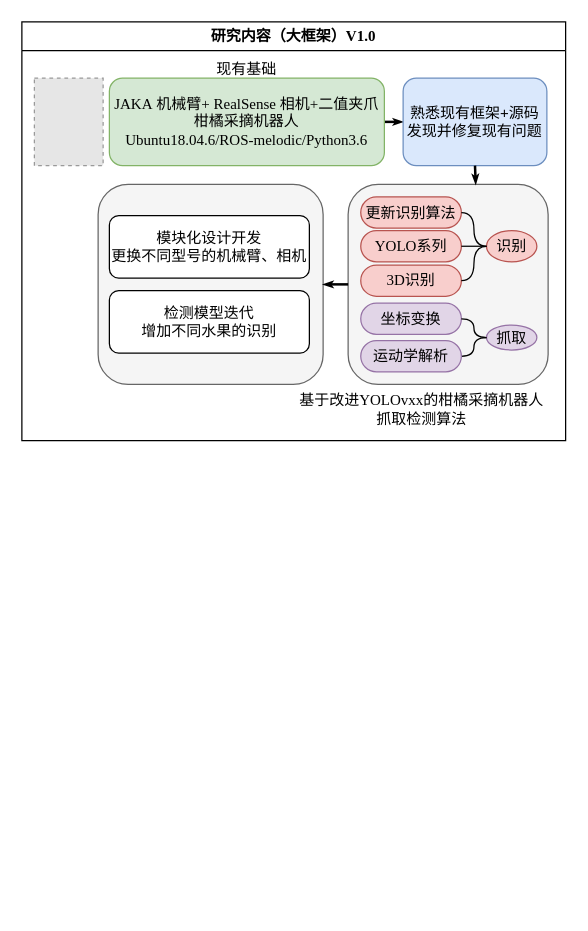
Before: Orange_robot.drawio in songshimiao/Figure_Chart, a draw.io diagram. Source tidied: cells renumbered, new cells numbered last; positions are measured from the earlier drawing's top-left corner, leaving out a move shared by most shapes. Both pictures are drawn from the tidied source at 125%, with x=0, y=0 at pixel (21, 21). Pictures stored in the file or linked from it are replaced by grey dashed boxes.
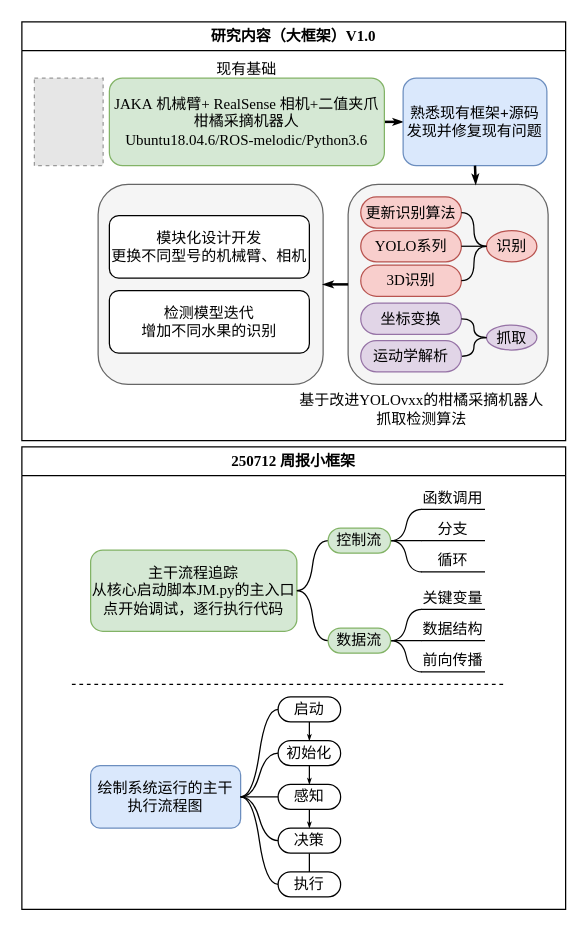
The same diagram, later.

Commit message (it also covers changes not shown here):
"增加了一个图片和修改了 Orange_robot.drawio 文件"

Change to the diagram source:
```diff
@@
+    <mxCell id="33" value="&lt;font face=&quot;Times New Roman&quot;&gt;250712&amp;nbsp;&lt;/font&gt;&lt;font face=&quot;宋体&quot;&gt;周报小框架&lt;/font&gt;" style="swimlane;whiteSpace=wrap;html=1;" parent="1" vertex="1">
+      <mxGeometry y="340" width="435" height="370" as="geometry" />
+    </mxCell>
+    <mxCell id="34" style="group;" parent="33" vertex="1">
+      <mxGeometry x="40" y="30" width="345" height="330" as="geometry" />
+    </mxCell>
+    <mxCell id="35" style="group;" parent="34" vertex="1">
+      <mxGeometry x="15" width="315" height="150" as="geometry" />
+    </mxCell>
+    <mxCell id="36" value="&lt;font face=&quot;宋体&quot;&gt;主干流程追踪&lt;/font&gt;&lt;div&gt;&lt;font face=&quot;宋体&quot;&gt;从核心启动脚本&lt;/font&gt;&lt;font face=&quot;Times New Roman&quot;&gt;JM.py&lt;/font&gt;&lt;font face=&quot;宋体&quot;&gt;的主入口点&lt;/font&gt;&lt;span style=&quot;font-family: 宋体; background-color: transparent; color: light-dark(rgb(0, 0, 0), rgb(255, 255, 255));&quot;&gt;开始调试，逐行执行代码&lt;/span&gt;&lt;/div&gt;" style="rounded=1;whiteSpace=wrap;html=1;fillColor=#d5e8d4;strokeColor=#82b366;" parent="35" vertex="1">
+      <mxGeometry y="52.5" width="165" height="65" as="geometry" />
+    </mxCell>
+    <mxCell id="37" style="edgeStyle=entityRelationEdgeStyle;startArrow=none;endArrow=none;segment=10;curved=1;sourcePerimeterSpacing=0;targetPerimeterSpacing=0;rounded=0;exitX=1;exitY=0.5;exitDx=0;exitDy=0;" parent="35" edge="1" source="36" target="55">
+      <mxGeometry relative="1" as="geometry" />
+    </mxCell>
+    <mxCell id="38" style="edgeStyle=entityRelationEdgeStyle;rounded=0;jettySize=auto;html=1;startArrow=none;endArrow=none;segment=10;curved=1;sourcePerimeterSpacing=0;targetPerimeterSpacing=0;exitX=0;exitY=0.5;exitDx=0;exitDy=0;entryX=1;entryY=0.5;entryDx=0;entryDy=0;" parent="35" edge="1" source="54" target="36">
+      <mxGeometry relative="1" as="geometry" />
+    </mxCell>
+    <mxCell id="39" style="edgeStyle=entityRelationEdgeStyle;rounded=0;jettySize=auto;html=1;startArrow=none;endArrow=none;segment=10;curved=1;sourcePerimeterSpacing=0;targetPerimeterSpacing=0;exitX=0;exitY=1;exitDx=0;exitDy=0;entryX=1;entryY=0.5;entryDx=0;entryDy=0;" parent="35" edge="1" source="50" target="54">
+      <mxGeometry relative="1" as="geometry" />
+    </mxCell>
+    <mxCell id="40" style="edgeStyle=entityRelationEdgeStyle;rounded=0;jettySize=auto;html=1;startArrow=none;endArrow=none;segment=10;curved=1;sourcePerimeterSpacing=0;targetPerimeterSpacing=0;exitX=0;exitY=1;exitDx=0;exitDy=0;entryX=1;entryY=0.5;entryDx=0;entryDy=0;" parent="35" edge="1" source="51" target="54">
+      <mxGeometry relative="1" as="geometry" />
+    </mxCell>
+    <mxCell id="41" style="edgeStyle=entityRelationEdgeStyle;startArrow=none;endArrow=none;segment=10;curved=1;sourcePerimeterSpacing=0;targetPerimeterSpacing=0;rounded=0;exitX=1;exitY=0.5;exitDx=0;exitDy=0;" parent="35" edge="1" source="55" target="45">
+      <mxGeometry relative="1" as="geometry" />
+    </mxCell>
+    <mxCell id="42" style="edgeStyle=entityRelationEdgeStyle;rounded=0;jettySize=auto;html=1;startArrow=none;endArrow=none;segment=10;curved=1;sourcePerimeterSpacing=0;targetPerimeterSpacing=0;exitX=0;exitY=1;exitDx=0;exitDy=0;entryX=1;entryY=0.5;entryDx=0;entryDy=0;" parent="35" edge="1" source="46" target="55">
+      <mxGeometry relative="1" as="geometry" />
+    </mxCell>
+    <mxCell id="43" style="edgeStyle=entityRelationEdgeStyle;rounded=0;jettySize=auto;html=1;startArrow=none;endArrow=none;segment=10;curved=1;sourcePerimeterSpacing=0;targetPerimeterSpacing=0;exitX=0;exitY=1;exitDx=0;exitDy=0;entryX=1;entryY=0.5;entryDx=0;entryDy=0;" parent="35" edge="1" source="47" target="55">
+      <mxGeometry relative="1" as="geometry" />
+    </mxCell>
+    <mxCell id="44" style="group;" parent="35" vertex="1">
+      <mxGeometry x="265" width="50" height="70" as="geometry" />
+    </mxCell>
+    <mxCell id="45" value="&lt;font face=&quot;宋体&quot;&gt;函数调用&lt;/font&gt;" style="whiteSpace=wrap;html=1;shape=partialRectangle;top=0;left=0;bottom=1;right=0;points=[[0,1],[1,1]];fillColor=none;align=center;verticalAlign=bottom;routingCenterY=0.5;snapToPoint=1;newEdgeStyle={&quot;edgeStyle&quot;:&quot;entityRelationEdgeStyle&quot;,&quot;startArrow&quot;:&quot;none&quot;,&quot;endArrow&quot;:&quot;none&quot;,&quot;segment&quot;:10,&quot;curved&quot;:1,&quot;sourcePerimeterSpacing&quot;:0,&quot;targetPerimeterSpacing&quot;:0};" parent="44" vertex="1">
+      <mxGeometry width="50" height="20" as="geometry" />
+    </mxCell>
+    <mxCell id="46" value="&lt;font face=&quot;宋体&quot;&gt;分支&lt;/font&gt;" style="whiteSpace=wrap;html=1;shape=partialRectangle;top=0;left=0;bottom=1;right=0;points=[[0,1],[1,1]];fillColor=none;align=center;verticalAlign=bottom;routingCenterY=0.5;snapToPoint=1;newEdgeStyle={&quot;edgeStyle&quot;:&quot;entityRelationEdgeStyle&quot;,&quot;startArrow&quot;:&quot;none&quot;,&quot;endArrow&quot;:&quot;none&quot;,&quot;segment&quot;:10,&quot;curved&quot;:1,&quot;sourcePerimeterSpacing&quot;:0,&quot;targetPerimeterSpacing&quot;:0};" parent="44" vertex="1">
+      <mxGeometry y="25" width="50" height="20" as="geometry" />
+    </mxCell>
+    <mxCell id="47" value="&lt;font face=&quot;宋体&quot;&gt;循环&lt;/font&gt;" style="whiteSpace=wrap;html=1;shape=partialRectangle;top=0;left=0;bottom=1;right=0;points=[[0,1],[1,1]];fillColor=none;align=center;verticalAlign=bottom;routingCenterY=0.5;snapToPoint=1;newEdgeStyle={&quot;edgeStyle&quot;:&quot;entityRelationEdgeStyle&quot;,&quot;startArrow&quot;:&quot;none&quot;,&quot;endArrow&quot;:&quot;none&quot;,&quot;segment&quot;:10,&quot;curved&quot;:1,&quot;sourcePerimeterSpacing&quot;:0,&quot;targetPerimeterSpacing&quot;:0};" parent="44" vertex="1">
+      <mxGeometry y="50" width="50" height="20" as="geometry" />
+    </mxCell>
+    <mxCell id="48" style="edgeStyle=entityRelationEdgeStyle;rounded=0;jettySize=auto;html=1;startArrow=none;endArrow=none;segment=10;curved=1;sourcePerimeterSpacing=0;targetPerimeterSpacing=0;exitX=0;exitY=1;exitDx=0;exitDy=0;entryX=1;entryY=0.5;entryDx=0;entryDy=0;" parent="35" edge="1" source="52" target="54">
+      <mxGeometry relative="1" as="geometry" />
+    </mxCell>
+    <mxCell id="49" style="group;" parent="35" vertex="1">
+      <mxGeometry x="265" y="80" width="50" height="70" as="geometry" />
+    </mxCell>
+    <mxCell id="50" value="&lt;font face=&quot;宋体&quot;&gt;关键变量&lt;/font&gt;" style="whiteSpace=wrap;html=1;shape=partialRectangle;top=0;left=0;bottom=1;right=0;points=[[0,1],[1,1]];fillColor=none;align=center;verticalAlign=bottom;routingCenterY=0.5;snapToPoint=1;newEdgeStyle={&quot;edgeStyle&quot;:&quot;entityRelationEdgeStyle&quot;,&quot;startArrow&quot;:&quot;none&quot;,&quot;endArrow&quot;:&quot;none&quot;,&quot;segment&quot;:10,&quot;curved&quot;:1,&quot;sourcePerimeterSpacing&quot;:0,&quot;targetPerimeterSpacing&quot;:0};" parent="49" vertex="1">
+      <mxGeometry width="50" height="20" as="geometry" />
+    </mxCell>
+    <mxCell id="51" value="&lt;font face=&quot;宋体&quot;&gt;数据结构&lt;/font&gt;" style="whiteSpace=wrap;html=1;shape=partialRectangle;top=0;left=0;bottom=1;right=0;points=[[0,1],[1,1]];fillColor=none;align=center;verticalAlign=bottom;routingCenterY=0.5;snapToPoint=1;newEdgeStyle={&quot;edgeStyle&quot;:&quot;entityRelationEdgeStyle&quot;,&quot;startArrow&quot;:&quot;none&quot;,&quot;endArrow&quot;:&quot;none&quot;,&quot;segment&quot;:10,&quot;curved&quot;:1,&quot;sourcePerimeterSpacing&quot;:0,&quot;targetPerimeterSpacing&quot;:0};" parent="49" vertex="1">
+      <mxGeometry y="25" width="50" height="20" as="geometry" />
+    </mxCell>
+    <mxCell id="52" value="&lt;font face=&quot;宋体&quot;&gt;前向传播&lt;/font&gt;" style="whiteSpace=wrap;html=1;shape=partialRectangle;top=0;left=0;bottom=1;right=0;points=[[0,1],[1,1]];fillColor=none;align=center;verticalAlign=bottom;routingCenterY=0.5;snapToPoint=1;newEdgeStyle={&quot;edgeStyle&quot;:&quot;entityRelationEdgeStyle&quot;,&quot;startArrow&quot;:&quot;none&quot;,&quot;endArrow&quot;:&quot;none&quot;,&quot;segment&quot;:10,&quot;curved&quot;:1,&quot;sourcePerimeterSpacing&quot;:0,&quot;targetPerimeterSpacing&quot;:0};" parent="49" vertex="1">
+      <mxGeometry y="50" width="50" height="20" as="geometry" />
+    </mxCell>
+    <mxCell id="53" style="group;" parent="35" vertex="1">
+      <mxGeometry x="190" y="35" width="50" height="100" as="geometry" />
+    </mxCell>
+    <mxCell id="54" value="数据流" style="whiteSpace=wrap;html=1;rounded=1;arcSize=50;align=center;verticalAlign=middle;strokeWidth=1;spacing=4;newEdgeStyle={&quot;edgeStyle&quot;:&quot;entityRelationEdgeStyle&quot;,&quot;startArrow&quot;:&quot;none&quot;,&quot;endArrow&quot;:&quot;none&quot;,&quot;segment&quot;:10,&quot;curved&quot;:1,&quot;sourcePerimeterSpacing&quot;:0,&quot;targetPerimeterSpacing&quot;:0};fillColor=#d5e8d4;strokeColor=#82b366;" parent="53" vertex="1">
+      <mxGeometry y="80" width="50" height="20" as="geometry" />
+    </mxCell>
+    <mxCell id="55" value="控制流" style="whiteSpace=wrap;html=1;rounded=1;arcSize=50;align=center;verticalAlign=middle;strokeWidth=1;spacing=4;newEdgeStyle={&quot;edgeStyle&quot;:&quot;entityRelationEdgeStyle&quot;,&quot;startArrow&quot;:&quot;none&quot;,&quot;endArrow&quot;:&quot;none&quot;,&quot;segment&quot;:10,&quot;curved&quot;:1,&quot;sourcePerimeterSpacing&quot;:0,&quot;targetPerimeterSpacing&quot;:0};fillColor=#d5e8d4;strokeColor=#82b366;" parent="53" vertex="1">
+      <mxGeometry width="50" height="20" as="geometry" />
+    </mxCell>
+    <mxCell id="56" style="endArrow=none;html=1;rounded=0;dashed=1;" parent="34" edge="1">
+      <mxGeometry relative="1" as="geometry">
+        <mxPoint y="160" as="sourcePoint" />
+        <mxPoint x="345" y="160" as="targetPoint" />
+      </mxGeometry>
+    </mxCell>
+    <mxCell id="57" style="group;" parent="34" vertex="1">
+      <mxGeometry x="15" y="170" width="200" height="160" as="geometry" />
+    </mxCell>
+    <mxCell id="58" value="&lt;font face=&quot;宋体&quot;&gt;绘制系统运行的主干执行流程图&lt;/font&gt;" style="rounded=1;whiteSpace=wrap;html=1;fillColor=#dae8fc;strokeColor=#6c8ebf;" parent="57" vertex="1">
+      <mxGeometry y="55" width="120" height="50" as="geometry" />
+    </mxCell>
+    <mxCell id="59" style="edgeStyle=entityRelationEdgeStyle;startArrow=none;endArrow=none;segment=10;curved=1;sourcePerimeterSpacing=0;targetPerimeterSpacing=0;rounded=0;exitX=1;exitY=0.5;exitDx=0;exitDy=0;" parent="57" edge="1" source="58" target="66">
+      <mxGeometry relative="1" as="geometry" />
+    </mxCell>
+    <mxCell id="60" style="edgeStyle=entityRelationEdgeStyle;rounded=0;jettySize=auto;html=1;startArrow=none;endArrow=none;segment=10;curved=1;sourcePerimeterSpacing=0;targetPerimeterSpacing=0;exitX=0;exitY=0.5;exitDx=0;exitDy=0;entryX=1;entryY=0.5;entryDx=0;entryDy=0;" parent="57" edge="1" source="68" target="58">
+      <mxGeometry relative="1" as="geometry" />
+    </mxCell>
+    <mxCell id="61" style="edgeStyle=entityRelationEdgeStyle;rounded=0;jettySize=auto;html=1;startArrow=none;endArrow=none;segment=10;curved=1;sourcePerimeterSpacing=0;targetPerimeterSpacing=0;exitX=0;exitY=0.5;exitDx=0;exitDy=0;entryX=1;entryY=0.5;entryDx=0;entryDy=0;" parent="57" edge="1" source="70" target="58">
+      <mxGeometry relative="1" as="geometry" />
+    </mxCell>
+    <mxCell id="62" style="edgeStyle=entityRelationEdgeStyle;rounded=0;jettySize=auto;html=1;startArrow=none;endArrow=none;segment=10;curved=1;sourcePerimeterSpacing=0;targetPerimeterSpacing=0;exitX=0;exitY=0.5;exitDx=0;exitDy=0;entryX=1;entryY=0.5;entryDx=0;entryDy=0;" parent="57" edge="1" source="72" target="58">
+      <mxGeometry relative="1" as="geometry" />
+    </mxCell>
+    <mxCell id="63" style="edgeStyle=entityRelationEdgeStyle;rounded=0;jettySize=auto;html=1;startArrow=none;endArrow=none;segment=10;curved=1;sourcePerimeterSpacing=0;targetPerimeterSpacing=0;exitX=0;exitY=0.5;exitDx=0;exitDy=0;entryX=1;entryY=0.5;entryDx=0;entryDy=0;" parent="57" edge="1" source="73" target="58">
+      <mxGeometry relative="1" as="geometry" />
+    </mxCell>
+    <mxCell id="64" style="group;" parent="57" vertex="1">
+      <mxGeometry x="150" width="50" height="160" as="geometry" />
+    </mxCell>
+    <mxCell id="65" style="rounded=0;jettySize=auto;html=1;startArrow=none;endArrow=classicThin;segment=10;sourcePerimeterSpacing=0;targetPerimeterSpacing=0;exitX=0.5;exitY=1;exitDx=0;exitDy=0;entryX=0.5;entryY=0;entryDx=0;entryDy=0;endFill=1;endSize=2;" parent="64" edge="1" source="66" target="68">
+      <mxGeometry relative="1" as="geometry" />
+    </mxCell>
+    <mxCell id="66" value="&lt;font face=&quot;宋体&quot;&gt;启动&lt;/font&gt;" style="whiteSpace=wrap;html=1;rounded=1;arcSize=50;align=center;verticalAlign=middle;strokeWidth=1;spacing=4;newEdgeStyle={&quot;edgeStyle&quot;:&quot;entityRelationEdgeStyle&quot;,&quot;startArrow&quot;:&quot;none&quot;,&quot;endArrow&quot;:&quot;none&quot;,&quot;segment&quot;:10,&quot;curved&quot;:1,&quot;sourcePerimeterSpacing&quot;:0,&quot;targetPerimeterSpacing&quot;:0};" parent="64" vertex="1">
+      <mxGeometry width="50" height="20" as="geometry" />
+    </mxCell>
+    <mxCell id="67" style="rounded=0;jettySize=auto;html=1;startArrow=none;endArrow=classicThin;segment=10;sourcePerimeterSpacing=0;targetPerimeterSpacing=0;exitX=0.5;exitY=1;exitDx=0;exitDy=0;entryX=0.5;entryY=0;entryDx=0;entryDy=0;endFill=1;endSize=2;" parent="64" edge="1" source="68" target="70">
+      <mxGeometry relative="1" as="geometry" />
+    </mxCell>
+    <mxCell id="68" value="&lt;font face=&quot;宋体&quot;&gt;初始化&lt;/font&gt;" style="whiteSpace=wrap;html=1;rounded=1;arcSize=50;align=center;verticalAlign=middle;strokeWidth=1;spacing=4;newEdgeStyle={&quot;edgeStyle&quot;:&quot;entityRelationEdgeStyle&quot;,&quot;startArrow&quot;:&quot;none&quot;,&quot;endArrow&quot;:&quot;none&quot;,&quot;segment&quot;:10,&quot;curved&quot;:1,&quot;sourcePerimeterSpacing&quot;:0,&quot;targetPerimeterSpacing&quot;:0};" parent="64" vertex="1">
+      <mxGeometry y="35" width="50" height="20" as="geometry" />
+    </mxCell>
+    <mxCell id="69" style="rounded=0;jettySize=auto;html=1;startArrow=none;endArrow=classicThin;segment=10;sourcePerimeterSpacing=0;targetPerimeterSpacing=0;exitX=0.5;exitY=1;exitDx=0;exitDy=0;entryX=0.5;entryY=0;entryDx=0;entryDy=0;endFill=1;endSize=2;" parent="64" edge="1" source="70" target="72">
+      <mxGeometry relative="1" as="geometry" />
+    </mxCell>
+    <mxCell id="70" value="&lt;font face=&quot;宋体&quot;&gt;感知&lt;/font&gt;" style="whiteSpace=wrap;html=1;rounded=1;arcSize=50;align=center;verticalAlign=middle;strokeWidth=1;spacing=4;newEdgeStyle={&quot;edgeStyle&quot;:&quot;entityRelationEdgeStyle&quot;,&quot;startArrow&quot;:&quot;none&quot;,&quot;endArrow&quot;:&quot;none&quot;,&quot;segment&quot;:10,&quot;curved&quot;:1,&quot;sourcePerimeterSpacing&quot;:0,&quot;targetPerimeterSpacing&quot;:0};" parent="64" vertex="1">
+      <mxGeometry y="70" width="50" height="20" as="geometry" />
+    </mxCell>
+    <mxCell id="71" style="rounded=0;jettySize=auto;html=1;startArrow=none;endArrow=none;segment=10;sourcePerimeterSpacing=0;targetPerimeterSpacing=0;exitX=0.5;exitY=1;exitDx=0;exitDy=0;entryX=0.5;entryY=0;entryDx=0;entryDy=0;endSize=2;" parent="64" edge="1" source="72" target="73">
+      <mxGeometry relative="1" as="geometry" />
+    </mxCell>
+    <mxCell id="72" value="&lt;font face=&quot;宋体&quot;&gt;决策&lt;/font&gt;" style="whiteSpace=wrap;html=1;rounded=1;arcSize=50;align=center;verticalAlign=middle;strokeWidth=1;spacing=4;newEdgeStyle={&quot;edgeStyle&quot;:&quot;entityRelationEdgeStyle&quot;,&quot;startArrow&quot;:&quot;none&quot;,&quot;endArrow&quot;:&quot;none&quot;,&quot;segment&quot;:10,&quot;curved&quot;:1,&quot;sourcePerimeterSpacing&quot;:0,&quot;targetPerimeterSpacing&quot;:0};" parent="64" vertex="1">
+      <mxGeometry y="105" width="50" height="20" as="geometry" />
+    </mxCell>
+    <mxCell id="73" value="&lt;font face=&quot;宋体&quot;&gt;执行&lt;/font&gt;" style="whiteSpace=wrap;html=1;rounded=1;arcSize=50;align=center;verticalAlign=middle;strokeWidth=1;spacing=4;newEdgeStyle={&quot;edgeStyle&quot;:&quot;entityRelationEdgeStyle&quot;,&quot;startArrow&quot;:&quot;none&quot;,&quot;endArrow&quot;:&quot;none&quot;,&quot;segment&quot;:10,&quot;curved&quot;:1,&quot;sourcePerimeterSpacing&quot;:0,&quot;targetPerimeterSpacing&quot;:0};" parent="64" vertex="1">
+      <mxGeometry y="140" width="50" height="20" as="geometry" />
+    </mxCell>
```
